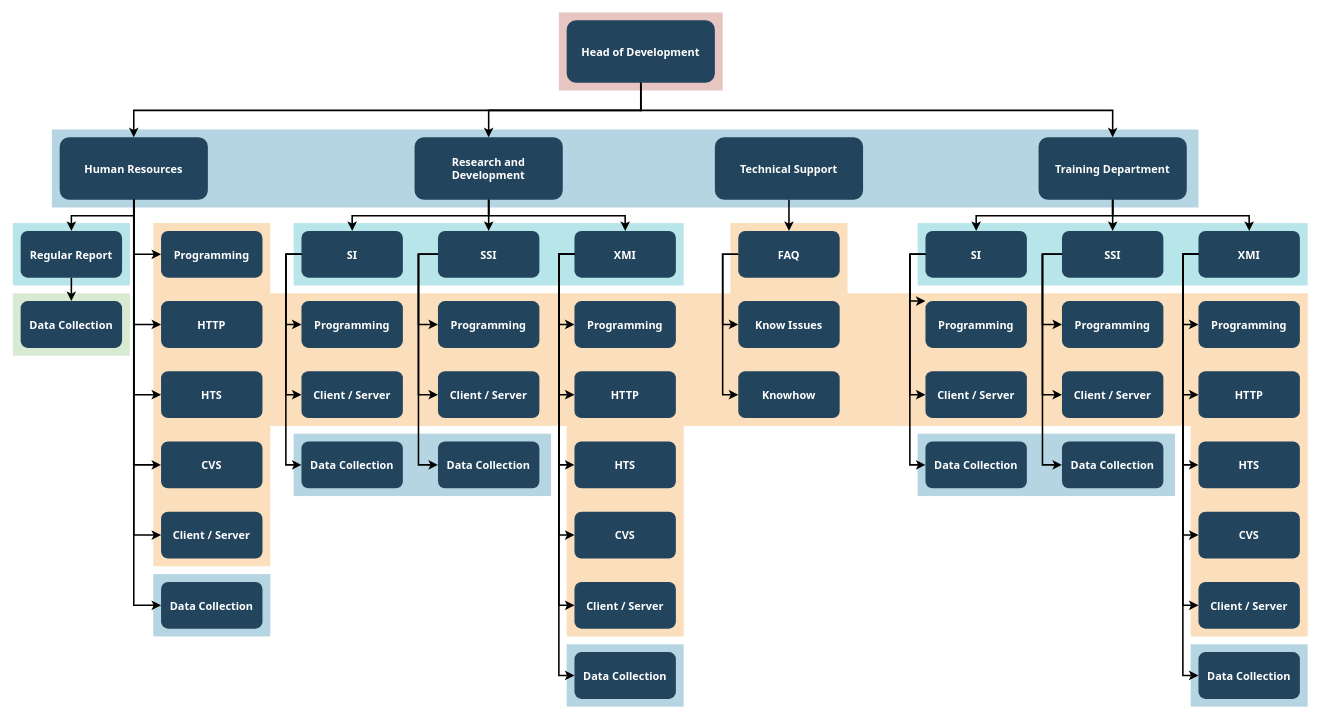
The draw.io diagram videos-page/maps.drawio in JrogeT-jala-bootcamp/ui-ux, before the edit. Source tidied: cells renumbered, new cells numbered last; positions are measured from the earlier drawing's top-left corner, leaving out a move shared by most shapes. Both pictures are drawn from the tidied source at 78%, with x=0, y=0 at pixel (12, 12).
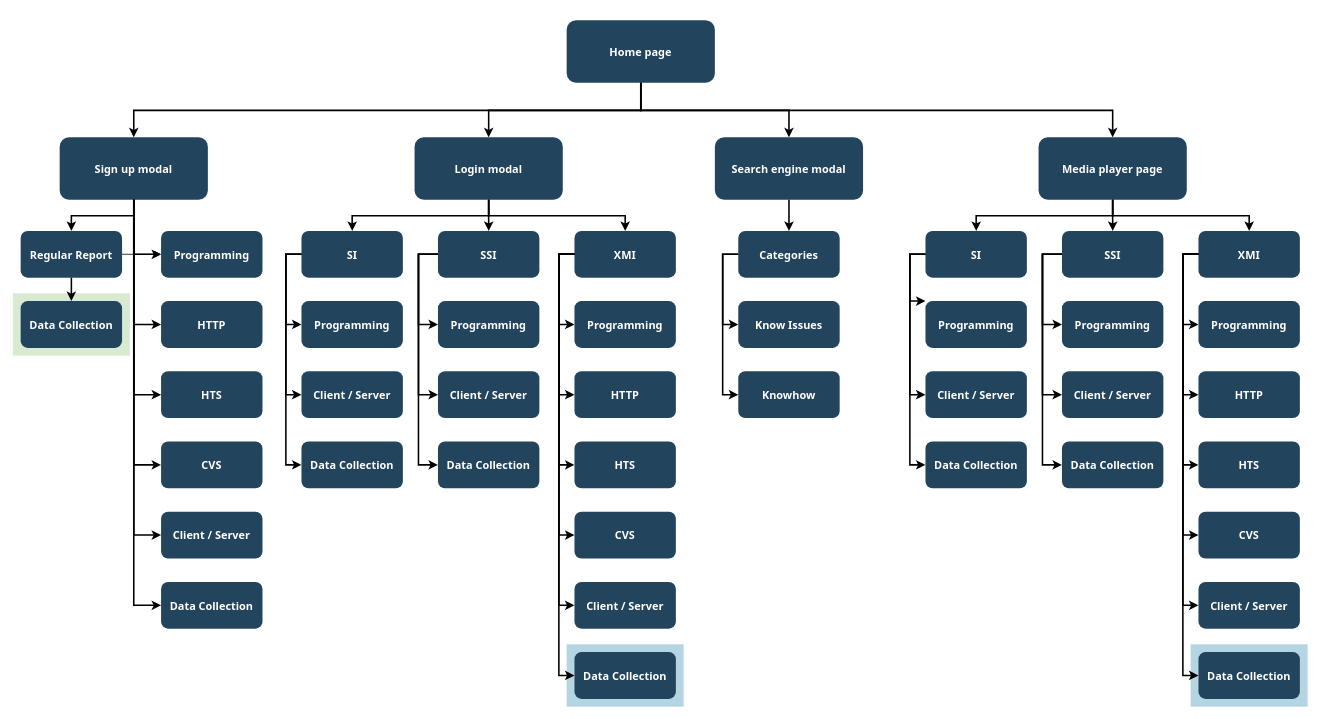
After the change.

Unchanged cells that the change refers to:
```xml
<mxCell id="24" value="Regular Report" style="rounded=1;fillColor=#23445D;gradientColor=none;strokeColor=none;fontColor=#FFFFFF;fontStyle=1;fontFamily=Tahoma;fontSize=14;" parent="1" vertex="1">
  <mxGeometry x="10" y="279.5" width="130" height="60" as="geometry" />
</mxCell>
<mxCell id="26" value="Programming" style="rounded=1;fillColor=#23445D;gradientColor=none;strokeColor=none;fontColor=#FFFFFF;fontStyle=1;fontFamily=Tahoma;fontSize=14;" parent="1" vertex="1">
  <mxGeometry x="190" y="279.5" width="130" height="60" as="geometry" />
</mxCell>
```

The edit, as a diff of the source:
```diff
@@
-    <mxCell id="2" style="fillColor=#AE4132;strokeColor=none;opacity=30;" parent="1" vertex="1">
-      <mxGeometry x="700" y="-0.5" width="210" height="100" as="geometry" />
-    </mxCell>
-    <mxCell id="3" style="fillColor=#10739E;strokeColor=none;opacity=30;" parent="1" vertex="1">
-      <mxGeometry x="50" y="149.5" width="1470" height="100" as="geometry" />
-    </mxCell>
-    <mxCell id="4" style="fillColor=#F2931E;strokeColor=none;opacity=30;" parent="1" vertex="1">
-      <mxGeometry x="1510" y="529.5" width="150" height="270" as="geometry" />
-    </mxCell>
-    <mxCell id="5" style="fillColor=#F2931E;strokeColor=none;opacity=30;" parent="1" vertex="1">
-      <mxGeometry x="920" y="269.5" width="150" height="90" as="geometry" />
-    </mxCell>
-    <mxCell id="6" style="fillColor=#F2931E;strokeColor=none;opacity=30;" parent="1" vertex="1">
-      <mxGeometry x="710" y="529.5" width="150" height="270" as="geometry" />
-    </mxCell>
-    <mxCell id="7" style="fillColor=#F2931E;strokeColor=none;opacity=30;" parent="1" vertex="1">
-      <mxGeometry x="180" y="269.5" width="150" height="440" as="geometry" />
-    </mxCell>
-    <mxCell id="8" style="fillColor=#F2931E;strokeColor=none;opacity=30;" parent="1" vertex="1">
-      <mxGeometry x="330" y="359.5" width="1330" height="170" as="geometry" />
-    </mxCell>
@@
-    <mxCell id="10" style="fillColor=#10739E;strokeColor=none;opacity=30;" parent="1" vertex="1">
-      <mxGeometry x="1160" y="539.5" width="330" height="80" as="geometry" />
-    </mxCell>
@@
-    <mxCell id="12" style="fillColor=#10739E;strokeColor=none;opacity=30;" parent="1" vertex="1">
-      <mxGeometry x="360" y="539.5" width="330" height="80" as="geometry" />
-    </mxCell>
-    <mxCell id="13" style="fillColor=#10739E;strokeColor=none;opacity=30;" parent="1" vertex="1">
-      <mxGeometry x="180" y="719.5" width="150" height="80" as="geometry" />
-    </mxCell>
@@
-    <mxCell id="15" style="fillColor=#12AAB5;strokeColor=none;opacity=30;" parent="1" vertex="1">
-      <mxGeometry x="1160" y="269.5" width="500" height="80" as="geometry" />
-    </mxCell>
-    <mxCell id="16" style="fillColor=#12AAB5;strokeColor=none;opacity=30;" parent="1" vertex="1">
-      <mxGeometry x="360" y="269.5" width="500" height="80" as="geometry" />
-    </mxCell>
-    <mxCell id="17" style="fillColor=#12AAB5;strokeColor=none;opacity=30;" parent="1" vertex="1">
-      <mxGeometry y="269.5" width="150" height="80" as="geometry" />
-    </mxCell>
-    <mxCell id="18" value="Head of Development" style="rounded=1;fillColor=#23445D;gradientColor=none;strokeColor=none;fontColor=#FFFFFF;fontStyle=1;fontFamily=Tahoma;fontSize=14;" parent="1" vertex="1">
+    <mxCell id="18" value="Home page" style="rounded=1;fillColor=#23445D;gradientColor=none;strokeColor=none;fontColor=#FFFFFF;fontStyle=1;fontFamily=Tahoma;fontSize=14;" parent="1" vertex="1">
       <mxGeometry x="710" y="9.5" width="190" height="80" as="geometry" />
     </mxCell>
-    <mxCell id="19" value="Training Department" style="rounded=1;fillColor=#23445D;gradientColor=none;strokeColor=none;fontColor=#FFFFFF;fontStyle=1;fontFamily=Tahoma;fontSize=14;" parent="1" vertex="1">
+    <mxCell id="19" value="Media player page" style="rounded=1;fillColor=#23445D;gradientColor=none;strokeColor=none;fontColor=#FFFFFF;fontStyle=1;fontFamily=Tahoma;fontSize=14;" parent="1" vertex="1">
       <mxGeometry x="1315" y="159.5" width="190" height="80" as="geometry" />
     </mxCell>
@@
-    <mxCell id="21" value="Technical Support" style="rounded=1;fillColor=#23445D;gradientColor=none;strokeColor=none;fontColor=#FFFFFF;fontStyle=1;fontFamily=Tahoma;fontSize=14;" parent="1" vertex="1">
+    <mxCell id="21" value="Search engine modal" style="rounded=1;fillColor=#23445D;gradientColor=none;strokeColor=none;fontColor=#FFFFFF;fontStyle=1;fontFamily=Tahoma;fontSize=14;" parent="1" vertex="1">
       <mxGeometry x="900" y="159.5" width="190" height="80" as="geometry" />
     </mxCell>
-    <mxCell id="22" value="Research and &#10;Development" style="rounded=1;fillColor=#23445D;gradientColor=none;strokeColor=none;fontColor=#FFFFFF;fontStyle=1;fontFamily=Tahoma;fontSize=14;" parent="1" vertex="1">
+    <mxCell id="22" value="Login modal" style="rounded=1;fillColor=#23445D;gradientColor=none;strokeColor=none;fontColor=#FFFFFF;fontStyle=1;fontFamily=Tahoma;fontSize=14;" parent="1" vertex="1">
       <mxGeometry x="515" y="159.5" width="190" height="80" as="geometry" />
     </mxCell>
-    <mxCell id="23" value="Human Resources" style="rounded=1;fillColor=#23445D;gradientColor=none;strokeColor=none;fontColor=#FFFFFF;fontStyle=1;fontFamily=Tahoma;fontSize=14;" parent="1" vertex="1">
+    <mxCell id="23" value="Sign up modal" style="rounded=1;fillColor=#23445D;gradientColor=none;strokeColor=none;fontColor=#FFFFFF;fontStyle=1;fontFamily=Tahoma;fontSize=14;" parent="1" vertex="1">
       <mxGeometry x="60" y="159.5" width="190" height="80" as="geometry" />
     </mxCell>
+    <mxCell id="108" style="edgeStyle=orthogonalEdgeStyle;rounded=0;jettySize=auto;html=1;" parent="1" edge="1" source="24" target="26">
+      <mxGeometry relative="1" as="geometry" />
+    </mxCell>
@@
-    <mxCell id="47" value="FAQ" style="rounded=1;fillColor=#23445D;gradientColor=none;strokeColor=none;fontColor=#FFFFFF;fontStyle=1;fontFamily=Tahoma;fontSize=14;" parent="1" vertex="1">
+    <mxCell id="47" value="Categories" style="rounded=1;fillColor=#23445D;gradientColor=none;strokeColor=none;fontColor=#FFFFFF;fontStyle=1;fontFamily=Tahoma;fontSize=14;" parent="1" vertex="1">
       <mxGeometry x="930" y="279.5" width="130" height="60" as="geometry" />
     </mxCell>
@@
+    <mxCell id="109" style="edgeStyle=elbowEdgeStyle;elbow=vertical;strokeWidth=2;rounded=0;entryX=0.5;entryY=0;entryDx=0;entryDy=0;" parent="1" edge="1" target="21">
+      <mxGeometry x="337" y="215.5" as="geometry">
+        <mxPoint x="805" y="89.5" as="sourcePoint" />
+      </mxGeometry>
+    </mxCell>
```
